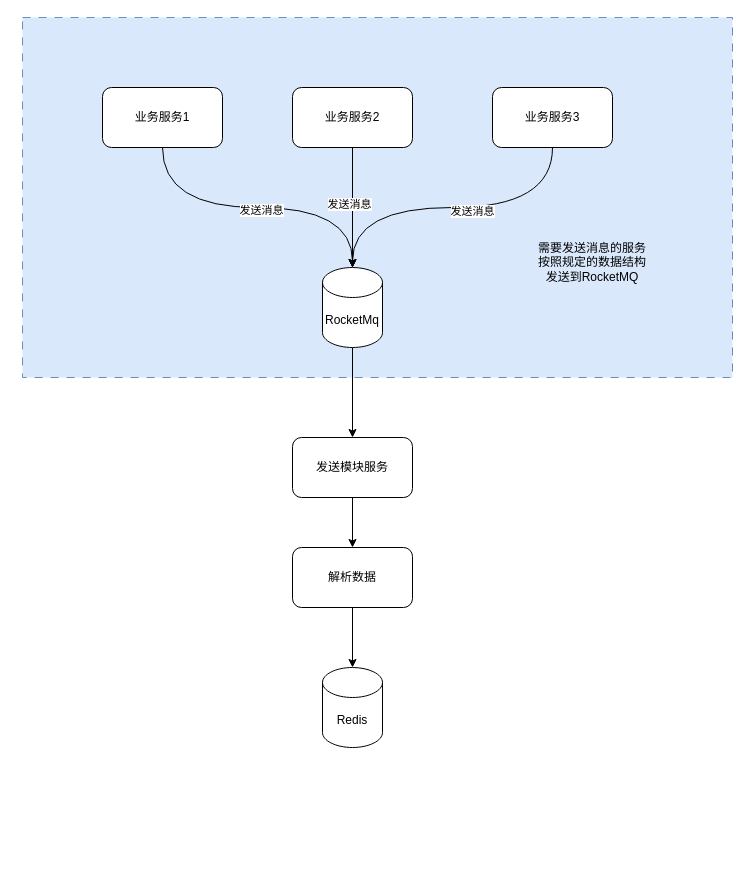
The draw.io diagram miyuan/发送模块架构.drawio in smallleaf/draw.io, before the edit. Source tidied: cells renumbered, new cells numbered last; positions are measured from the earlier drawing's top-left corner, leaving out a move shared by most shapes. Both pictures are drawn from the tidied source at 100%, with x=0, y=0 at pixel (22, 17).
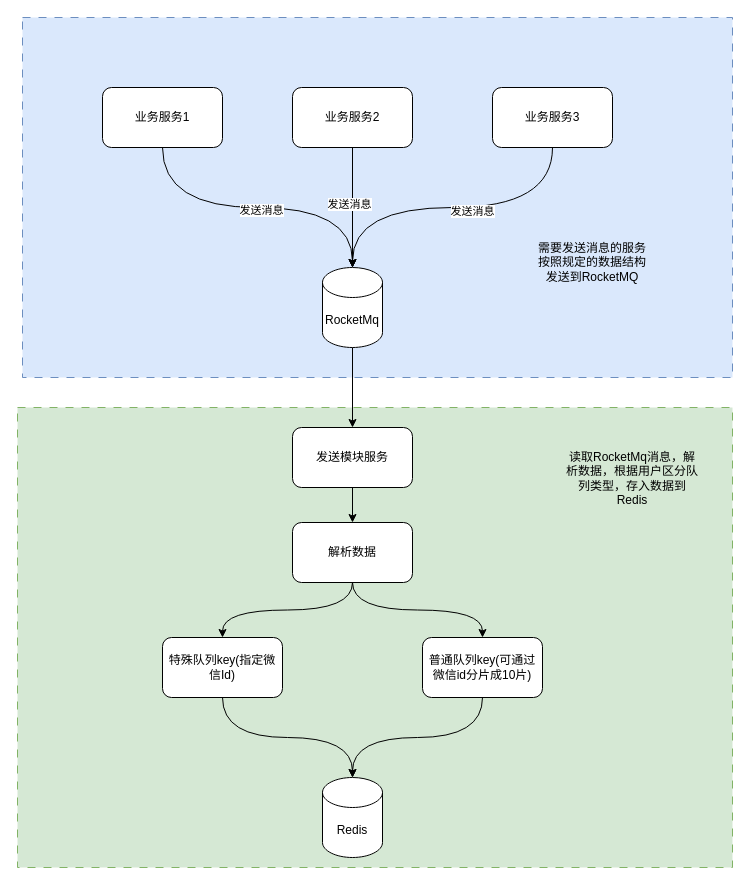
The same diagram, later.

Commit message (it also covers changes not shown here):
更新发送模块架构.drawio

Diff of the diagram source:
```diff
@@
+    <mxCell id="20" style="rounded=0;whiteSpace=wrap;html=1;dashed=1;dashPattern=8 8;fillColor=#d5e8d4;strokeColor=#82b366;" parent="1" vertex="1">
+      <mxGeometry x="-5" y="390" width="715" height="460" as="geometry" />
+    </mxCell>
@@
     <mxCell id="16" value="发送模块服务" style="rounded=1;whiteSpace=wrap;html=1;" parent="1" vertex="1">
-      <mxGeometry x="270" y="420" width="120" height="60" as="geometry" />
+      <mxGeometry x="270" y="410" width="120" height="60" as="geometry" />
     </mxCell>
+    <mxCell id="21" style="edgeStyle=orthogonalEdgeStyle;rounded=0;jettySize=auto;html=1;exitX=0.5;exitY=1;exitDx=0;exitDy=0;entryX=0.5;entryY=0;entryDx=0;entryDy=0;curved=1;" parent="1" edge="1" source="17" target="23">
+      <mxGeometry relative="1" as="geometry" />
+    </mxCell>
+    <mxCell id="22" style="edgeStyle=orthogonalEdgeStyle;rounded=0;jettySize=auto;html=1;exitX=0.5;exitY=1;exitDx=0;exitDy=0;entryX=0.5;entryY=0;entryDx=0;entryDy=0;curved=1;" parent="1" edge="1" source="17" target="24">
+      <mxGeometry relative="1" as="geometry" />
+    </mxCell>
     <mxCell id="17" value="解析数据" style="rounded=1;whiteSpace=wrap;html=1;" parent="1" vertex="1">
-      <mxGeometry x="270" y="530" width="120" height="60" as="geometry" />
+      <mxGeometry x="270" y="505" width="120" height="60" as="geometry" />
     </mxCell>
     <mxCell id="18" value="Redis" style="shape=cylinder3;whiteSpace=wrap;html=1;boundedLbl=1;backgroundOutline=1;size=15;" parent="1" vertex="1">
-      <mxGeometry x="300" y="650" width="60" height="80" as="geometry" />
+      <mxGeometry x="300" y="760" width="60" height="80" as="geometry" />
     </mxCell>
-    <mxCell id="19" style="edgeStyle=orthogonalEdgeStyle;rounded=0;jettySize=auto;html=1;exitX=0.5;exitY=1;exitDx=0;exitDy=0;entryX=0.5;entryY=0;entryDx=0;entryDy=0;entryPerimeter=0;" parent="1" edge="1" source="17" target="18">
-      <mxGeometry relative="1" as="geometry" />
-    </mxCell>
+    <mxCell id="23" value="特殊队列key(指定微信Id)" style="rounded=1;whiteSpace=wrap;html=1;" parent="1" vertex="1">
+      <mxGeometry x="140" y="620" width="120" height="60" as="geometry" />
+    </mxCell>
+    <mxCell id="24" value="普通队列key(可通过微信id分片成10片)" style="rounded=1;whiteSpace=wrap;html=1;" parent="1" vertex="1">
+      <mxGeometry x="400" y="620" width="120" height="60" as="geometry" />
+    </mxCell>
+    <mxCell id="25" style="edgeStyle=orthogonalEdgeStyle;rounded=0;jettySize=auto;html=1;exitX=0.5;exitY=1;exitDx=0;exitDy=0;entryX=0.5;entryY=0;entryDx=0;entryDy=0;entryPerimeter=0;curved=1;" parent="1" edge="1" source="23" target="18">
+      <mxGeometry relative="1" as="geometry" />
+    </mxCell>
+    <mxCell id="26" style="edgeStyle=orthogonalEdgeStyle;rounded=0;jettySize=auto;html=1;exitX=0.5;exitY=1;exitDx=0;exitDy=0;entryX=0.5;entryY=0;entryDx=0;entryDy=0;entryPerimeter=0;curved=1;" parent="1" edge="1" source="24" target="18">
+      <mxGeometry relative="1" as="geometry" />
+    </mxCell>
+    <mxCell id="27" value="读取RocketMq消息，解析数据，根据用户区分队列类型，存入数据到Redis" style="text;html=1;align=center;verticalAlign=middle;whiteSpace=wrap;rounded=0;" parent="1" vertex="1">
+      <mxGeometry x="540" y="417.5" width="140" height="87.5" as="geometry" />
+    </mxCell>
```
